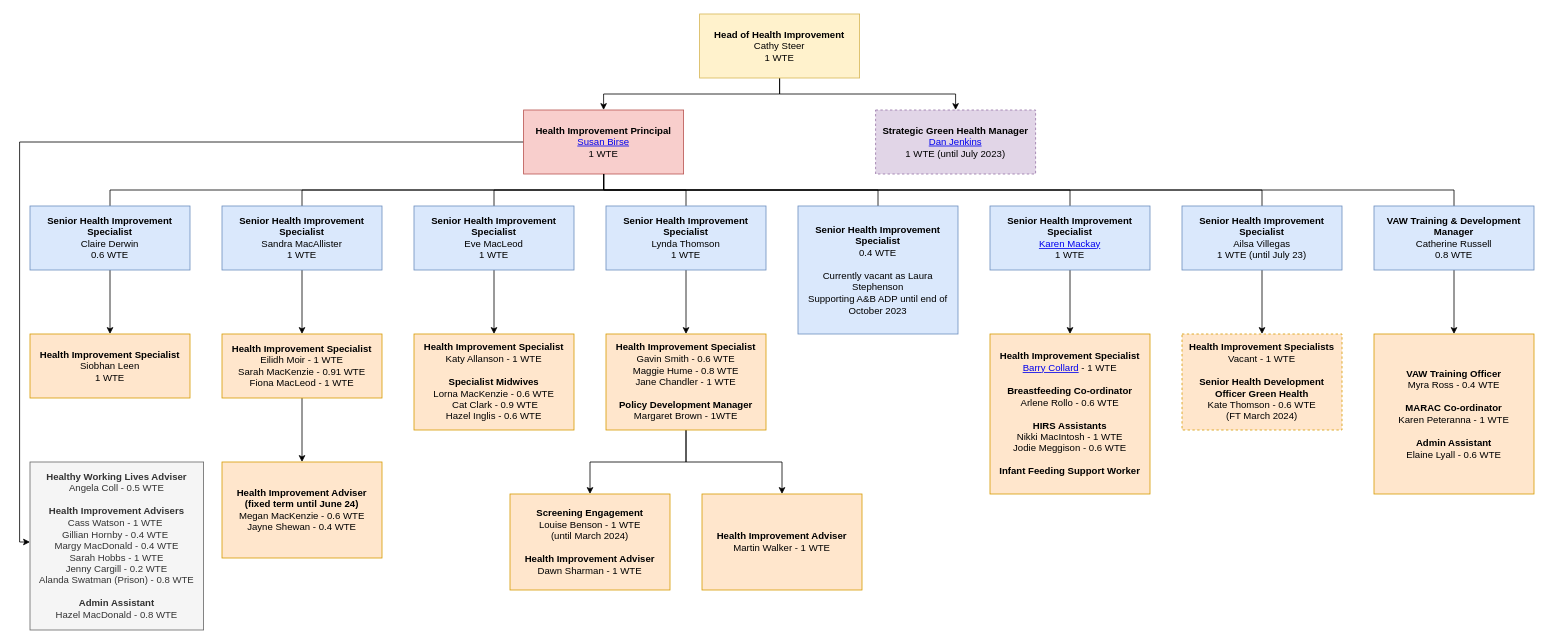
barrycollard/staffOrgChart keeps this draw.io diagram as Untitled Diagram.drawio. Above is the earlier version. Source tidied: cells renumbered, new cells numbered last; positions are measured from the earlier drawing's top-left corner, leaving out a move shared by most shapes. Both pictures are drawn from the tidied source at 80%, with x=0, y=0 at pixel (19, 14).
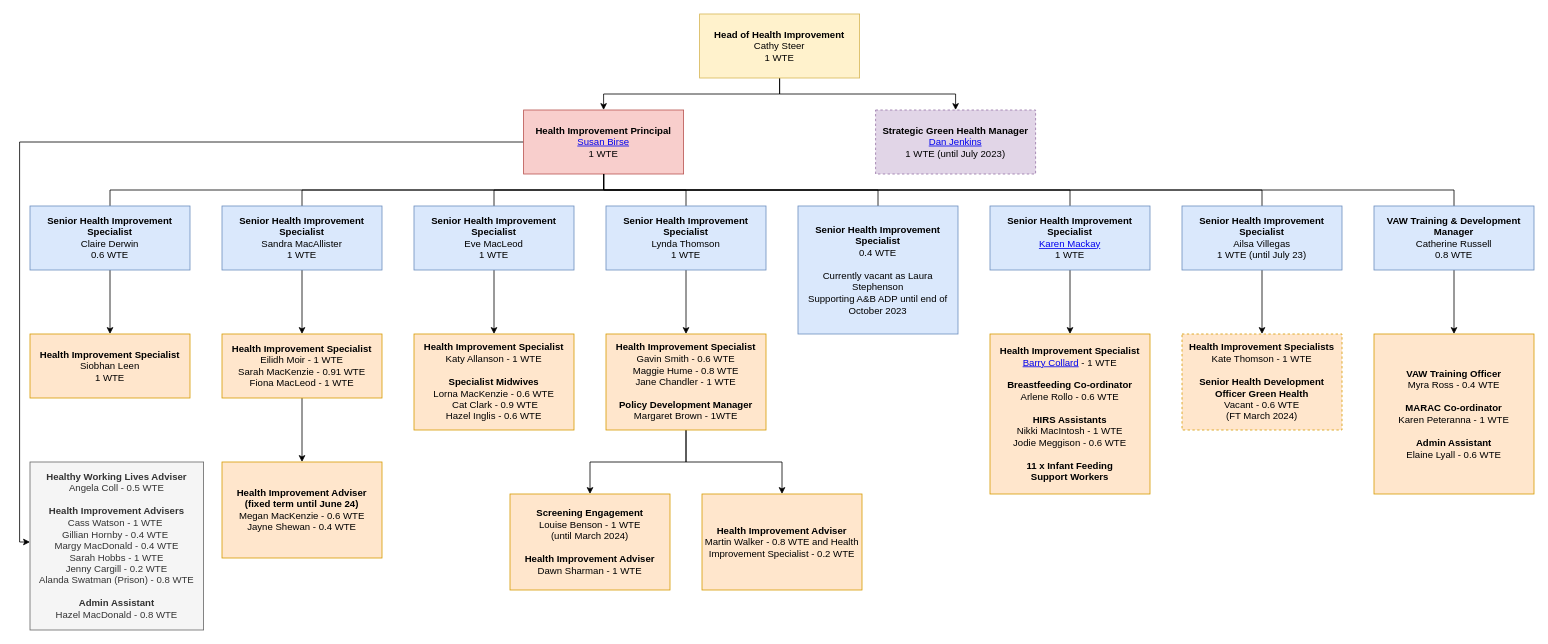
Above is the later version.

What changed in the source:
```diff
@@
-    <mxCell id="33" value="&lt;div&gt;&lt;b&gt;Health Improvement Specialist&lt;/b&gt;&lt;/div&gt;&lt;div&gt;&lt;a href=&quot;https://nhshighland.publichealth.scot.nhs.uk/staff/barry-collard/&quot;&gt;Barry Collard&lt;/a&gt; - 1 WTE&lt;/div&gt;&lt;div&gt;&lt;b&gt;&lt;br&gt;&lt;/b&gt;&lt;/div&gt;&lt;div&gt;&lt;b&gt;Breastfeeding Co-ordinator&lt;/b&gt;&lt;/div&gt;&lt;div&gt;Arlene Rollo - 0.6 WTE&lt;/div&gt;&lt;div&gt;&lt;b&gt;&lt;br&gt;&lt;/b&gt;&lt;/div&gt;&lt;div&gt;&lt;b&gt;HIRS Assistants&lt;/b&gt;&lt;/div&gt;&lt;div&gt;Nikki MacIntosh - 1 WTE&lt;/div&gt;&lt;div&gt;Jodie Meggison - 0.6 WTE&lt;/div&gt;&lt;div&gt;&lt;b&gt;&lt;br&gt;&lt;/b&gt;&lt;/div&gt;&lt;div&gt;&lt;b&gt;Infant Feeding Support Worker&lt;/b&gt;&lt;/div&gt;" style="rounded=0;whiteSpace=wrap;html=1;fillColor=#ffe6cc;strokeColor=#d79b00;" parent="1" vertex="1">
+    <mxCell id="33" value="&lt;div&gt;&lt;b&gt;Health Improvement Specialist&lt;/b&gt;&lt;/div&gt;&lt;div&gt;&lt;a href=&quot;https://nhshighland.publichealth.scot.nhs.uk/staff/barry-collard/&quot;&gt;Barry Collard&lt;/a&gt; - 1 WTE&lt;/div&gt;&lt;div&gt;&lt;b&gt;&lt;br&gt;&lt;/b&gt;&lt;/div&gt;&lt;div&gt;&lt;b&gt;Breastfeeding Co-ordinator&lt;/b&gt;&lt;/div&gt;&lt;div&gt;Arlene Rollo - 0.6 WTE&lt;/div&gt;&lt;div&gt;&lt;b&gt;&lt;br&gt;&lt;/b&gt;&lt;/div&gt;&lt;div&gt;&lt;b&gt;HIRS Assistants&lt;/b&gt;&lt;/div&gt;&lt;div&gt;Nikki MacIntosh - 1 WTE&lt;/div&gt;&lt;div&gt;Jodie Meggison - 0.6 WTE&lt;/div&gt;&lt;div&gt;&lt;b&gt;&lt;br&gt;&lt;/b&gt;&lt;/div&gt;&lt;div&gt;&lt;b&gt;11 x Infant Feeding&lt;br&gt;Support Workers&lt;/b&gt;&lt;/div&gt;" style="rounded=0;whiteSpace=wrap;html=1;fillColor=#ffe6cc;strokeColor=#d79b00;" parent="1" vertex="1">
       <mxGeometry x="1213" y="400" width="200" height="200" as="geometry" />
     </mxCell>
@@
-    <mxCell id="41" value="&lt;div&gt;&lt;b&gt;Health Improvement Specialists&lt;/b&gt;&lt;/div&gt;&lt;div&gt;Vacant - 1 WTE&lt;/div&gt;&lt;div&gt;&lt;br&gt;&lt;/div&gt;&lt;div&gt;&lt;b&gt;Senior Health Development Officer Green Health&lt;/b&gt;&lt;/div&gt;&lt;div&gt;Kate Thomson - 0.6 WTE&lt;br&gt;(FT March 2024)&lt;/div&gt;" style="rounded=0;whiteSpace=wrap;html=1;dashed=1;fillColor=#ffe6cc;strokeColor=#d79b00;" parent="1" vertex="1">
+    <mxCell id="41" value="&lt;div&gt;&lt;b&gt;Health Improvement Specialists&lt;/b&gt;&lt;/div&gt;Kate Thomson&amp;nbsp;&lt;span style=&quot;background-color: initial;&quot;&gt;- 1 WTE&lt;/span&gt;&lt;br&gt;&lt;div&gt;&lt;br&gt;&lt;/div&gt;&lt;div&gt;&lt;b&gt;Senior Health Development Officer Green Health&lt;/b&gt;&lt;/div&gt;&lt;div&gt;Vacant - 0.6 WTE&lt;br&gt;(FT March 2024)&lt;/div&gt;" style="rounded=0;whiteSpace=wrap;html=1;dashed=1;fillColor=#ffe6cc;strokeColor=#d79b00;" parent="1" vertex="1">
       <mxGeometry x="1453" y="400" width="200" height="120" as="geometry" />
     </mxCell>
@@
-    <mxCell id="43" value="&lt;div&gt;&lt;b&gt;Health Improvement Adviser&lt;/b&gt;&lt;/div&gt;&lt;div&gt;Martin Walker - 1 WTE&lt;/div&gt;" style="rounded=0;whiteSpace=wrap;html=1;fillColor=#ffe6cc;strokeColor=#d79b00;" parent="1" vertex="1">
+    <mxCell id="43" value="&lt;div&gt;&lt;b&gt;Health Improvement Adviser&lt;/b&gt;&lt;/div&gt;&lt;div&gt;&lt;div&gt;Martin Walker - 0.8 WTE and&amp;nbsp;&lt;span style=&quot;background-color: initial;&quot;&gt;Health Improvement Specialist - 0.2 WTE&lt;/span&gt;&lt;/div&gt;&lt;/div&gt;" style="rounded=0;whiteSpace=wrap;html=1;fillColor=#ffe6cc;strokeColor=#d79b00;" parent="1" vertex="1">
       <mxGeometry x="853" y="600" width="200" height="120" as="geometry" />
     </mxCell>
```
